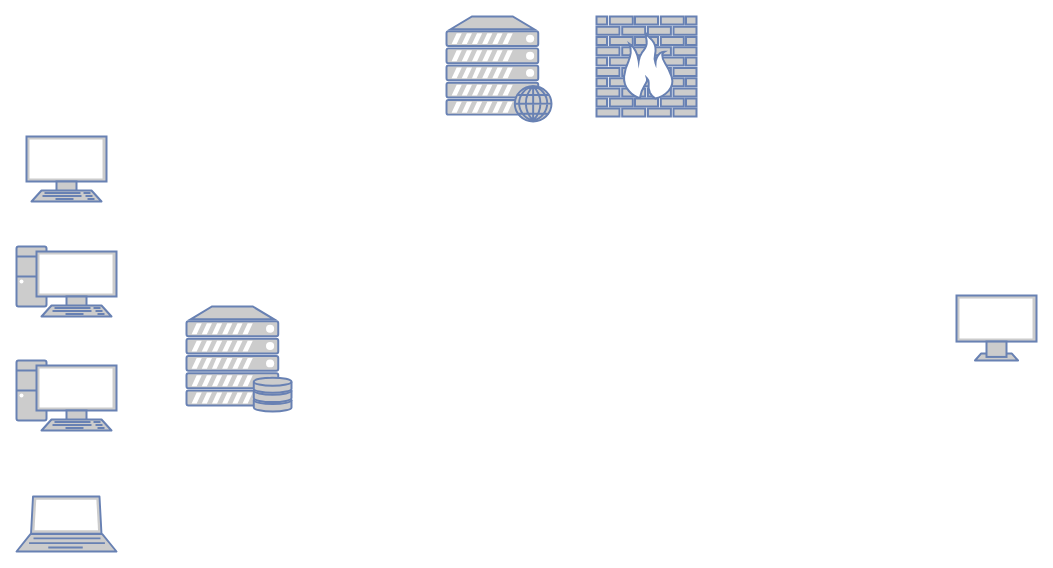
The draw.io diagram Untitled Diagram.drawio in sachdev27/learn, before the edit. Source tidied: cells renumbered, new cells numbered last; positions are measured from the earlier drawing's top-left corner, leaving out a move shared by most shapes. Both pictures are drawn from the tidied source at 100%, with x=0, y=0 at pixel (16, 16).
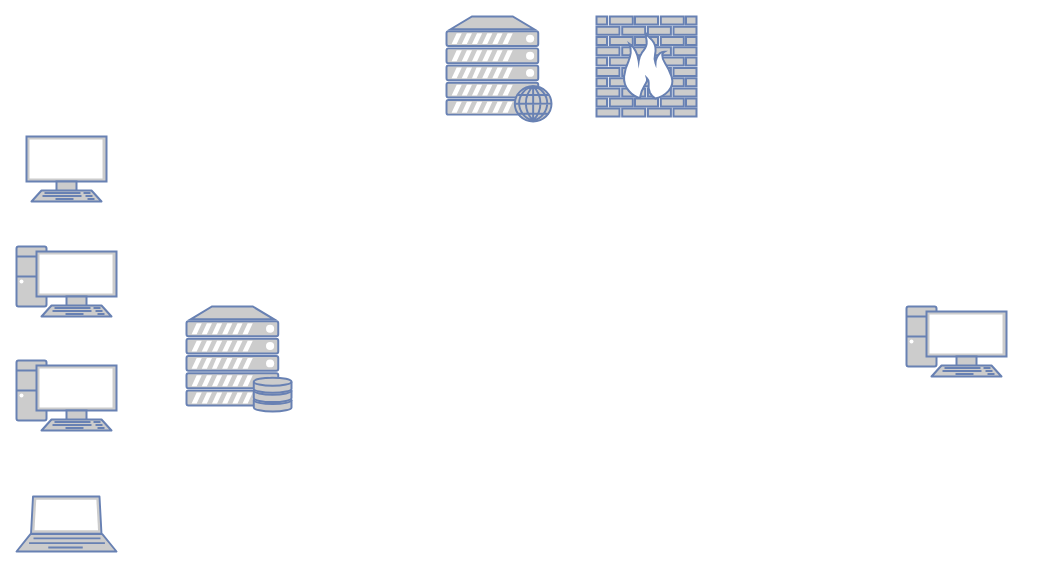
The same page after the edit.

What changed in the source:
```diff
@@
 <mxGraphModel>
   <root>
     <mxCell id="0" />
     <mxCell id="1" parent="0" />
     <mxCell id="2" style="fontColor=#0066CC;verticalAlign=top;verticalLabelPosition=bottom;labelPosition=center;align=center;html=1;fillColor=#CCCCCC;strokeColor=#6881B3;gradientColor=none;gradientDirection=north;strokeWidth=2;shape=mxgraph.networks.server_storage;" parent="1" vertex="1">
       <mxGeometry x="170" y="290" width="105" height="105" as="geometry" />
     </mxCell>
     <mxCell id="3" style="fontColor=#0066CC;verticalAlign=top;verticalLabelPosition=bottom;labelPosition=center;align=center;html=1;fillColor=#CCCCCC;strokeColor=#6881B3;gradientColor=none;gradientDirection=north;strokeWidth=2;shape=mxgraph.networks.firewall;" parent="1" vertex="1">
       <mxGeometry x="580" width="100" height="100" as="geometry" />
     </mxCell>
-    <mxCell id="4" style="fontColor=#0066CC;verticalAlign=top;verticalLabelPosition=bottom;labelPosition=center;align=center;html=1;fillColor=#CCCCCC;strokeColor=#6881B3;gradientColor=none;gradientDirection=north;strokeWidth=2;shape=mxgraph.networks.monitor;" parent="1" vertex="1">
-      <mxGeometry x="940" y="279" width="80" height="65" as="geometry" />
-    </mxCell>
     <mxCell id="5" style="fontColor=#0066CC;verticalAlign=top;verticalLabelPosition=bottom;labelPosition=center;align=center;html=1;fillColor=#CCCCCC;strokeColor=#6881B3;gradientColor=none;gradientDirection=north;strokeWidth=2;shape=mxgraph.networks.pc;" parent="1" vertex="1">
       <mxGeometry y="230" width="100" height="70" as="geometry" />
     </mxCell>
     <mxCell id="6" style="fontColor=#0066CC;verticalAlign=top;verticalLabelPosition=bottom;labelPosition=center;align=center;html=1;fillColor=#CCCCCC;strokeColor=#6881B3;gradientColor=none;gradientDirection=north;strokeWidth=2;shape=mxgraph.networks.pc;" parent="1" vertex="1">
       <mxGeometry y="344" width="100" height="70" as="geometry" />
     </mxCell>
     <mxCell id="7" style="fontColor=#0066CC;verticalAlign=top;verticalLabelPosition=bottom;labelPosition=center;align=center;html=1;fillColor=#CCCCCC;strokeColor=#6881B3;gradientColor=none;gradientDirection=north;strokeWidth=2;shape=mxgraph.networks.laptop;" parent="1" vertex="1">
       <mxGeometry y="480" width="100" height="55" as="geometry" />
     </mxCell>
     <mxCell id="8" style="fontColor=#0066CC;verticalAlign=top;verticalLabelPosition=bottom;labelPosition=center;align=center;html=1;fillColor=#CCCCCC;strokeColor=#6881B3;gradientColor=none;gradientDirection=north;strokeWidth=2;shape=mxgraph.networks.web_server;" parent="1" vertex="1">
       <mxGeometry x="430" width="105" height="105" as="geometry" />
     </mxCell>
     <mxCell id="9" style="fontColor=#0066CC;verticalAlign=top;verticalLabelPosition=bottom;labelPosition=center;align=center;html=1;fillColor=#CCCCCC;strokeColor=#6881B3;gradientColor=none;gradientDirection=north;strokeWidth=2;shape=mxgraph.networks.terminal;" parent="1" vertex="1">
       <mxGeometry x="10" y="120" width="80" height="65" as="geometry" />
     </mxCell>
+    <mxCell id="10" style="fontColor=#0066CC;verticalAlign=top;verticalLabelPosition=bottom;labelPosition=center;align=center;html=1;fillColor=#CCCCCC;strokeColor=#6881B3;gradientColor=none;gradientDirection=north;strokeWidth=2;shape=mxgraph.networks.pc;" parent="1" vertex="1">
+      <mxGeometry x="890" y="290" width="100" height="70" as="geometry" />
+    </mxCell>
   </root>
 </mxGraphModel>
```
